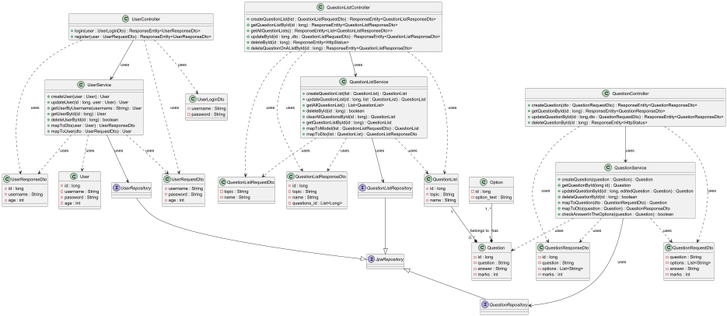
This is docs/uml/class.png from Poorna-Raj/quiz-manager, a PlantUML export, as it was before one commit.
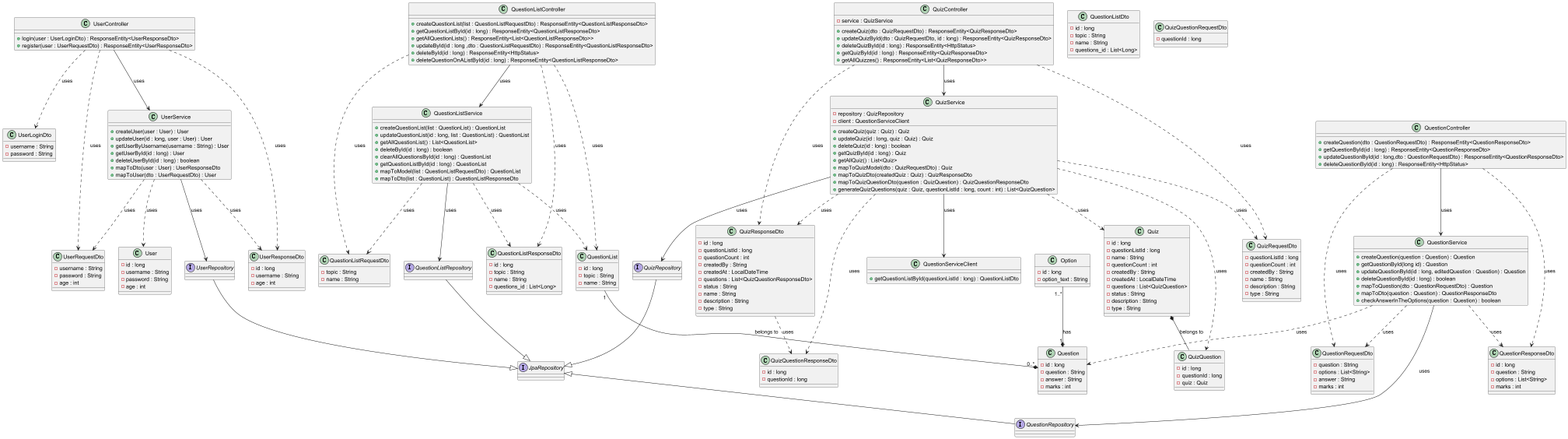
After the commit.

Commit message:
update the class diagram

Diff of the diagram source:
```diff
@@ -172,4 +172,111 @@
 QuestionListController ..> QuestionListRequestDto : uses
 QuestionListController ..> QuestionListResponseDto : uses
 
+class Quiz{
+    - id : long
+    - questionListId : long
+    - name : String
+    - questionCount : int
+    - createdBy : String
+    - createdAt : LocalDateTime
+    - questions : List<QuizQuestion>
+    - status : String
+    - description : String
+    - type : String
+}
+
+class QuestionListDto{
+    - id : long
+    - topic : String
+    - name : String
+    - questions_id : List<Long>
+}
+
+class QuizQuestion{
+    - id : long
+    - questionId : long
+    - quiz : Quiz
+}
+
+Quiz *-- QuizQuestion : belongs to
+
+class QuizQuestionRequestDto{
+    - questionId : long
+}
+
+class QuizQuestionResponseDto{
+    - id : long
+    - questionId : long
+}
+
+interface QuizRepository{}
+
+QuizRepository --|> JpaRepository
+
+class QuizRequestDto{
+    - questionListId : long
+    - questionCount : int
+    - createdBy : String
+    - name : String
+    - description : String
+    - type : String
+}
+
+class QuizResponseDto{
+    - id : long
+    - questionListId : long
+    - questionCount : int
+    - createdBy : String
+    - createdAt : LocalDateTime
+    - questions : List<QuizQuestionResponseDto>
+    - status : String
+    - name : String
+    - description : String
+    - type : String
+}
+
+QuizResponseDto ..> QuizQuestionResponseDto : uses
+
+class QuizService{
+    - repository : QuizRepository
+    - client : QuestionServiceClient
+
+    + createQuiz(quiz : Quiz) : Quiz
+    + updateQuiz(id : long, quiz : Quiz) : Quiz
+    + deleteQuiz(id : long) : boolean
+    + getQuizById(id : long) : Quiz
+    + getAllQuiz() : List<Quiz>
+    + mapToQuizModel(dto : QuizRequestDto) : Quiz
+    + mapToQuizDto(createdQuiz : Quiz) : QuizResponseDto
+    + mapToQuizQuestionDto(question : QuizQuestion) : QuizQuestionResponseDto
+    + generateQuizQuestions(quiz : Quiz, questionListId : long, count : int) : List<QuizQuestion>
+}
+
+QuizService ..> Quiz : uses
+QuizService ..> QuizResponseDto : uses
+QuizService ..> QuizRequestDto : uses
+QuizService ..> QuizQuestion : uses
+QuizService ..> QuizQuestionResponseDto : uses
+
+class QuestionServiceClient{
+    + getQuestionListById(questionListId : long) : QuestionListDto
+}
+
+QuizService --> QuestionServiceClient : uses
+
+QuizService --> QuizRepository : uses
+
+class QuizController{
+    - service : QuizService
+
+    + createQuiz(dto : QuizRequestDto) : ResponseEntity<QuizResponseDto>
+    + updateQuizById(dto : QuizRequestDto, id : long) : ResponseEntity<QuizResponseDto>
+    + deleteQuizById(id : long) : ResponseEntity<HttpStatus>
+    + getQuizById(id : long) : ResponseEntity<QuizResponseDto>
+    + getAllQuizzes() : ResponseEntity<List<QuizResponseDto>>
+}
+
+QuizController --> QuizService : uses
+QuizController ..> QuizRequestDto : uses
+QuizController ..> QuizResponseDto : uses
 @enduml
```
